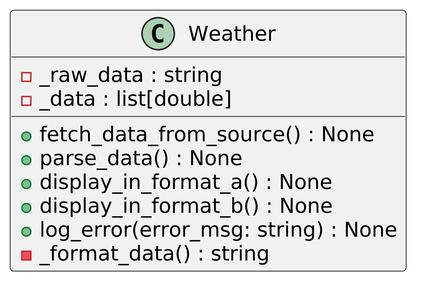
nicolast911/python-best-practice-de keeps this PlantUML diagram as Folien/Notebooks/Code-Along/Woche 3/img/weather_app_class.png. Above is the earlier version. Its diagram source:
```plantuml
@startuml
skinparamlocked dpi 600

class Weather {
    +fetch_data_from_source() : None
    +parse_data() : None
    +display_in_format_a() : None
    +display_in_format_b() : None
    +log_error(error_msg: string) : None
    -_format_data() : string
    -_raw_data : string
    -_data : list[double]
}

@enduml
```
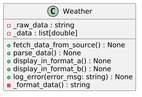
After the commit.

The edit, as a diff of the source:
```diff
@@ -1,5 +1,5 @@
 @startuml
-skinparamlocked dpi 600
+skinparamlocked dpi 200
 
 class Weather {
     +fetch_data_from_source() : None
```
